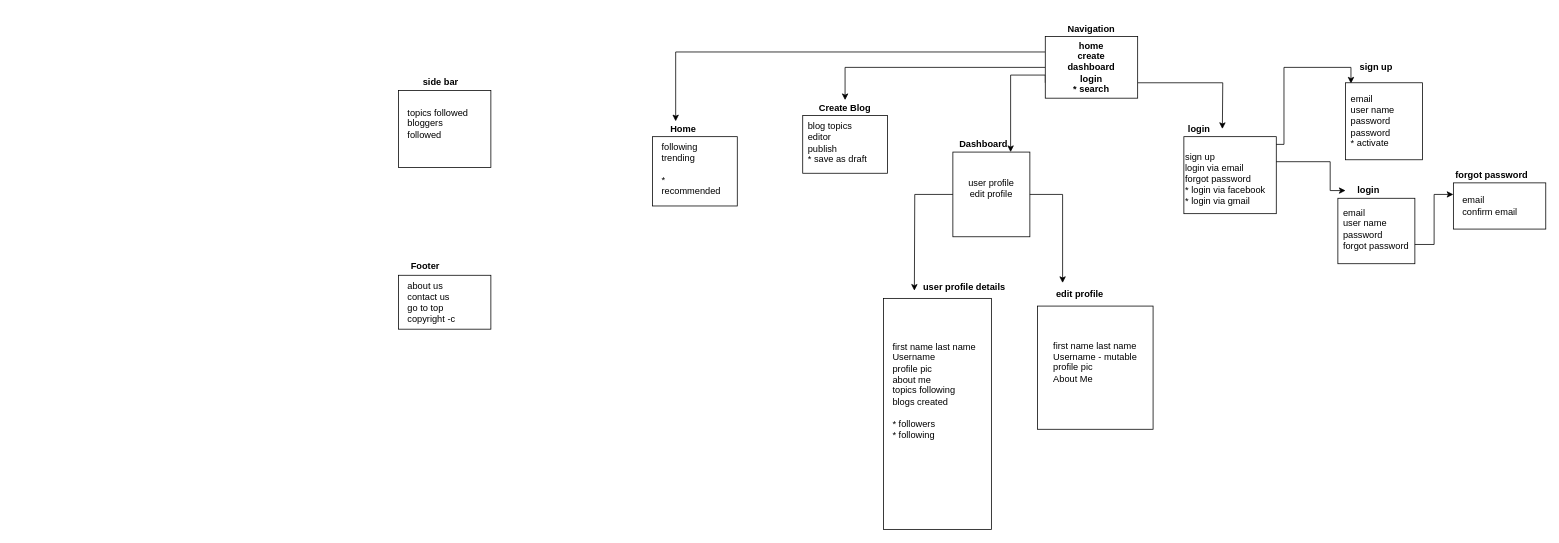
Before: doc/first_Diagram.drawio in NikhilistRaj/blog-web-app, a draw.io diagram. Source tidied: cells renumbered, new cells numbered last; positions are measured from the earlier drawing's top-left corner, leaving out a move shared by most shapes. Both pictures are drawn from the tidied source at 77%, with x=0, y=0 at pixel (398, 21).
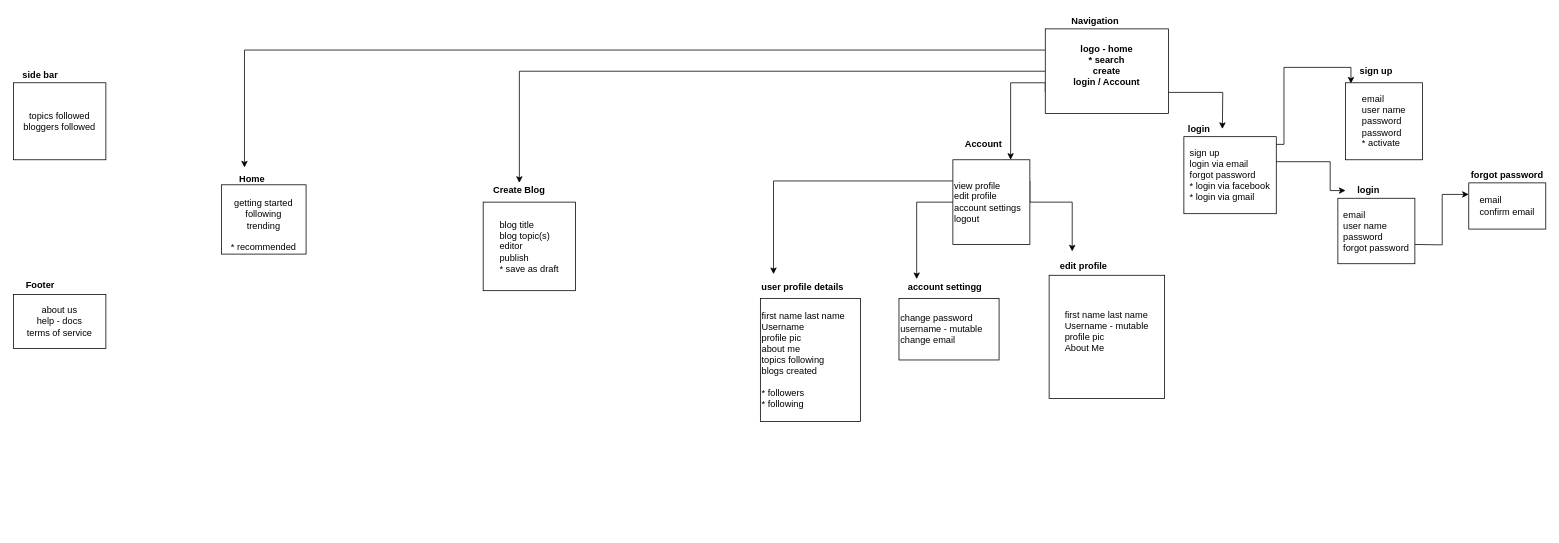
After the change.

The change refers to these unchanged cells:
```xml
<mxCell id="31" value="&lt;b&gt;login&lt;/b&gt;" style="text;html=1;strokeColor=none;fillColor=none;align=center;verticalAlign=middle;whiteSpace=wrap;rounded=0;" parent="1" vertex="1">
  <mxGeometry x="1230" y="210" width="60" height="20" as="geometry" />
</mxCell>
```

The edit, as a diff of the source:
```diff
@@
     <mxCell id="3" style="edgeStyle=orthogonalEdgeStyle;rounded=0;jettySize=auto;html=1;exitX=0;exitY=0.75;exitDx=0;exitDy=0;entryX=0.75;entryY=0;entryDx=0;entryDy=0;" parent="1" edge="1" source="6" target="13">
       <mxGeometry relative="1" as="geometry">
         <Array as="points">
-          <mxPoint x="840" y="70" />
-          <mxPoint x="795" y="70" />
+          <mxPoint x="840" y="80" />
+          <mxPoint x="795" y="80" />
         </Array>
       </mxGeometry>
     </mxCell>
-    <mxCell id="4" style="edgeStyle=orthogonalEdgeStyle;rounded=0;jettySize=auto;html=1;entryX=0.25;entryY=0;entryDx=0;entryDy=0;" parent="1" edge="1" source="6" target="27">
-      <mxGeometry relative="1" as="geometry">
-        <Array as="points">
-          <mxPoint x="360" y="40" />
-        </Array>
-      </mxGeometry>
-    </mxCell>
@@
+    <mxCell id="45" style="edgeStyle=orthogonalEdgeStyle;rounded=0;jettySize=auto;html=1;exitX=0;exitY=0.25;exitDx=0;exitDy=0;" parent="1" edge="1" source="6">
+      <mxGeometry relative="1" as="geometry">
+        <mxPoint x="-200" y="190" as="targetPoint" />
+        <Array as="points">
+          <mxPoint x="-200" y="38" />
+        </Array>
+      </mxGeometry>
+    </mxCell>
-    <mxCell id="6" value="&lt;div&gt;&lt;b&gt;home&lt;/b&gt;&lt;/div&gt;&lt;div&gt;&lt;b&gt;create&lt;/b&gt;&lt;/div&gt;&lt;div&gt;&lt;b&gt;dashboard&lt;/b&gt;&lt;/div&gt;&lt;div&gt;&lt;b&gt;login&lt;/b&gt;&lt;/div&gt;&lt;div&gt;&lt;b&gt;* search&lt;/b&gt;&lt;/div&gt;" style="rounded=0;whiteSpace=wrap;html=1;" parent="1" vertex="1">
-      <mxGeometry x="840" y="20" width="120" height="80" as="geometry" />
+    <mxCell id="6" value="&lt;div&gt;&lt;div&gt;&lt;b&gt;logo - home&lt;br&gt;&lt;/b&gt;&lt;/div&gt;&lt;div&gt;&lt;b&gt;* search&lt;/b&gt;&lt;/div&gt;&lt;/div&gt;&lt;div&gt;&lt;b&gt;create&lt;/b&gt;&lt;/div&gt;&lt;div&gt;&lt;b&gt;login / Account&lt;br&gt;&lt;/b&gt;&lt;/div&gt;&lt;div&gt;&lt;br&gt;&lt;/div&gt;" style="rounded=0;whiteSpace=wrap;html=1;" parent="1" vertex="1">
+      <mxGeometry x="840" y="10" width="160" height="110" as="geometry" />
     </mxCell>
-    <mxCell id="7" style="rounded=0;whiteSpace=wrap;html=1;" parent="1" vertex="1">
+    <mxCell id="7" value="&lt;div align=&quot;left&quot;&gt;sign up&lt;br&gt;&lt;/div&gt;&lt;div align=&quot;left&quot;&gt;login via email&lt;/div&gt;&lt;div align=&quot;left&quot;&gt;forgot password&lt;br&gt;&lt;/div&gt;&lt;div align=&quot;left&quot;&gt;* login via facebook&lt;/div&gt;&lt;div align=&quot;left&quot;&gt;* login via gmail&lt;br&gt;&lt;/div&gt;" style="rounded=0;whiteSpace=wrap;html=1;" parent="1" vertex="1">
       <mxGeometry x="1020" y="150" width="120" height="100" as="geometry" />
     </mxCell>
@@
     <mxCell id="9" value="&lt;b&gt;Navigation&lt;/b&gt;" style="text;html=1;strokeColor=none;fillColor=none;align=center;verticalAlign=middle;whiteSpace=wrap;rounded=0;" parent="1" vertex="1">
-      <mxGeometry x="880" width="40" height="20" as="geometry" />
+      <mxGeometry x="870" y="-10" width="70" height="20" as="geometry" />
     </mxCell>
-    <mxCell id="10" style="edgeStyle=orthogonalEdgeStyle;rounded=0;jettySize=auto;html=1;exitX=1;exitY=0;exitDx=0;exitDy=0;entryX=0.07;entryY=0.01;entryDx=0;entryDy=0;entryPerimeter=0;" parent="1" edge="1" source="12" target="29">
+    <mxCell id="10" style="edgeStyle=orthogonalEdgeStyle;rounded=0;jettySize=auto;html=1;exitX=1;exitY=0;exitDx=0;exitDy=0;entryX=0.07;entryY=0.01;entryDx=0;entryDy=0;entryPerimeter=0;" parent="1" edge="1" target="29">
       <mxGeometry relative="1" as="geometry">
+        <mxPoint x="1140" y="160" as="sourcePoint" />
         <Array as="points">
           <mxPoint x="1150" y="160" />
           <mxPoint x="1150" y="60" />
           <mxPoint x="1237" y="60" />
         </Array>
       </mxGeometry>
     </mxCell>
-    <mxCell id="11" style="edgeStyle=orthogonalEdgeStyle;rounded=0;jettySize=auto;html=1;exitX=1;exitY=0.25;exitDx=0;exitDy=0;" parent="1" edge="1" source="12" target="31">
+    <mxCell id="11" style="edgeStyle=orthogonalEdgeStyle;rounded=0;jettySize=auto;html=1;exitX=1;exitY=0.25;exitDx=0;exitDy=0;" parent="1" edge="1" target="31">
       <mxGeometry relative="1" as="geometry">
+        <mxPoint x="1140" y="182.5" as="sourcePoint" />
         <Array as="points">
           <mxPoint x="1210" y="183" />
           <mxPoint x="1210" y="220" />
         </Array>
       </mxGeometry>
     </mxCell>
-    <mxCell id="12" value="&lt;div align=&quot;left&quot;&gt;sign up&lt;br&gt;&lt;/div&gt;&lt;div align=&quot;left&quot;&gt;login via email&lt;/div&gt;&lt;div align=&quot;left&quot;&gt;forgot password&lt;br&gt;&lt;/div&gt;&lt;div align=&quot;left&quot;&gt;* login via facebook&lt;/div&gt;&lt;div align=&quot;left&quot;&gt;* login via gmail&lt;br&gt;&lt;/div&gt;" style="text;html=1;strokeColor=none;fillColor=none;align=left;verticalAlign=middle;whiteSpace=wrap;rounded=0;" parent="1" vertex="1">
-      <mxGeometry x="1020" y="160" width="120" height="90" as="geometry" />
-    </mxCell>
+    <mxCell id="46" style="edgeStyle=orthogonalEdgeStyle;rounded=0;jettySize=auto;html=1;exitX=0;exitY=0.25;exitDx=0;exitDy=0;entryX=0.155;entryY=-0.05;entryDx=0;entryDy=0;entryPerimeter=0;" parent="1" edge="1" source="13" target="18">
+      <mxGeometry relative="1" as="geometry" />
+    </mxCell>
+    <mxCell id="47" style="edgeStyle=orthogonalEdgeStyle;rounded=0;jettySize=auto;html=1;exitX=1;exitY=0.25;exitDx=0;exitDy=0;entryX=0.333;entryY=-0.117;entryDx=0;entryDy=0;entryPerimeter=0;" parent="1" edge="1" source="13" target="22">
+      <mxGeometry relative="1" as="geometry">
+        <Array as="points">
+          <mxPoint x="820" y="235" />
+          <mxPoint x="875" y="235" />
+        </Array>
+      </mxGeometry>
+    </mxCell>
+    <mxCell id="48" style="edgeStyle=orthogonalEdgeStyle;rounded=0;jettySize=auto;html=1;exitX=0;exitY=0.5;exitDx=0;exitDy=0;entryX=0.13;entryY=-0.167;entryDx=0;entryDy=0;entryPerimeter=0;" parent="1" edge="1" source="13" target="50">
+      <mxGeometry relative="1" as="geometry" />
+    </mxCell>
-    <mxCell id="13" style="rounded=0;whiteSpace=wrap;html=1;" parent="1" vertex="1">
-      <mxGeometry x="720" y="170" width="100" height="110" as="geometry" />
+    <mxCell id="13" value="&lt;div&gt;view profile&lt;/div&gt;&lt;div&gt;edit profile&lt;/div&gt;&lt;div&gt;account settings&lt;/div&gt;&lt;div&gt;logout&lt;br&gt;&lt;/div&gt;" style="rounded=0;whiteSpace=wrap;html=1;align=left;" parent="1" vertex="1">
+      <mxGeometry x="720" y="180" width="100" height="110" as="geometry" />
     </mxCell>
-    <mxCell id="14" value="&lt;b&gt;Dashboard&lt;/b&gt;" style="text;html=1;strokeColor=none;fillColor=none;align=center;verticalAlign=middle;whiteSpace=wrap;rounded=0;" parent="1" vertex="1">
+    <mxCell id="14" value="&lt;b&gt;Account&lt;/b&gt;" style="text;html=1;strokeColor=none;fillColor=none;align=center;verticalAlign=middle;whiteSpace=wrap;rounded=0;" parent="1" vertex="1">
       <mxGeometry x="740" y="150" width="40" height="20" as="geometry" />
     </mxCell>
-    <mxCell id="15" style="edgeStyle=orthogonalEdgeStyle;rounded=0;jettySize=auto;html=1;exitX=0;exitY=0.5;exitDx=0;exitDy=0;" parent="1" edge="1" source="17">
-      <mxGeometry relative="1" as="geometry">
-        <mxPoint x="670" y="350" as="targetPoint" />
-      </mxGeometry>
-    </mxCell>
-    <mxCell id="16" style="edgeStyle=orthogonalEdgeStyle;rounded=0;jettySize=auto;html=1;exitX=1;exitY=0.5;exitDx=0;exitDy=0;entryX=0.25;entryY=0;entryDx=0;entryDy=0;" parent="1" edge="1" source="17" target="22">
-      <mxGeometry relative="1" as="geometry" />
-    </mxCell>
-    <mxCell id="17" value="&lt;div&gt;user profile&lt;/div&gt;&lt;div&gt;edit profile&lt;/div&gt;&lt;div&gt;&lt;br&gt;&lt;/div&gt;" style="text;html=1;strokeColor=none;fillColor=none;align=center;verticalAlign=middle;whiteSpace=wrap;rounded=0;" parent="1" vertex="1">
-      <mxGeometry x="720" y="180" width="100" height="90" as="geometry" />
-    </mxCell>
     <mxCell id="18" value="&lt;b&gt;user profile details&lt;/b&gt;" style="text;html=1;strokeColor=none;fillColor=none;align=center;verticalAlign=middle;whiteSpace=wrap;rounded=0;" parent="1" vertex="1">
-      <mxGeometry x="680" y="330" width="110" height="30" as="geometry" />
+      <mxGeometry x="470" y="330" width="110" height="30" as="geometry" />
     </mxCell>
     <mxCell id="19" value="&lt;div align=&quot;left&quot;&gt;first name last name&lt;br&gt;&lt;/div&gt;&lt;div align=&quot;left&quot;&gt;Username - mutable&lt;br&gt;&lt;/div&gt;&lt;div align=&quot;left&quot;&gt;profile pic&lt;/div&gt;&lt;div align=&quot;left&quot;&gt;About Me&lt;br&gt;&lt;/div&gt;&lt;div align=&quot;left&quot;&gt;&lt;br&gt;&lt;/div&gt;" style="rounded=0;whiteSpace=wrap;html=1;align=center;" parent="1" vertex="1">
-      <mxGeometry x="830" y="370" width="150" height="160" as="geometry" />
+      <mxGeometry x="845" y="330" width="150" height="160" as="geometry" />
     </mxCell>
-    <mxCell id="20" style="rounded=0;whiteSpace=wrap;html=1;align=center;" parent="1" vertex="1">
-      <mxGeometry x="630" y="360" width="140" height="300" as="geometry" />
+    <mxCell id="20" value="&lt;div align=&quot;left&quot;&gt;first name last name&lt;br&gt;&lt;/div&gt;&lt;div align=&quot;left&quot;&gt;Username&lt;br&gt;&lt;/div&gt;&lt;div align=&quot;left&quot;&gt;profile pic&lt;/div&gt;&lt;div align=&quot;left&quot;&gt;about me&lt;br&gt;&lt;/div&gt;&lt;div align=&quot;left&quot;&gt;topics following&lt;br&gt;&lt;/div&gt;&lt;div align=&quot;left&quot;&gt;blogs created&lt;/div&gt;&lt;div align=&quot;left&quot;&gt;&lt;br&gt;&lt;/div&gt;&lt;div align=&quot;left&quot;&gt;* followers&lt;/div&gt;&lt;div align=&quot;left&quot;&gt;* following&lt;br&gt;&lt;/div&gt;" style="rounded=0;whiteSpace=wrap;html=1;align=left;" parent="1" vertex="1">
+      <mxGeometry x="470" y="360" width="130" height="160" as="geometry" />
     </mxCell>
-    <mxCell id="21" value="&lt;div align=&quot;left&quot;&gt;first name last name&lt;br&gt;&lt;/div&gt;&lt;div align=&quot;left&quot;&gt;Username&lt;br&gt;&lt;/div&gt;&lt;div align=&quot;left&quot;&gt;profile pic&lt;/div&gt;&lt;div align=&quot;left&quot;&gt;about me&lt;br&gt;&lt;/div&gt;&lt;div align=&quot;left&quot;&gt;topics following&lt;br&gt;&lt;/div&gt;&lt;div align=&quot;left&quot;&gt;blogs created&lt;/div&gt;&lt;div align=&quot;left&quot;&gt;&lt;br&gt;&lt;/div&gt;&lt;div align=&quot;left&quot;&gt;* followers&lt;/div&gt;&lt;div align=&quot;left&quot;&gt;* following&lt;br&gt;&lt;/div&gt;" style="text;html=1;strokeColor=none;fillColor=none;align=left;verticalAlign=middle;whiteSpace=wrap;rounded=0;" parent="1" vertex="1">
-      <mxGeometry x="640" y="370" width="130" height="220" as="geometry" />
-    </mxCell>
     <mxCell id="22" value="&lt;b&gt;edit profile&lt;br&gt;&lt;/b&gt;" style="text;html=1;strokeColor=none;fillColor=none;align=center;verticalAlign=middle;whiteSpace=wrap;rounded=0;" parent="1" vertex="1">
-      <mxGeometry x="840" y="340" width="90" height="30" as="geometry" />
+      <mxGeometry x="845" y="302.5" width="90" height="30" as="geometry" />
     </mxCell>
     <mxCell id="23" value="&lt;b&gt;Create Blog&lt;br&gt;&lt;/b&gt;" style="text;html=1;strokeColor=none;fillColor=none;align=center;verticalAlign=middle;whiteSpace=wrap;rounded=0;" parent="1" vertex="1">
-      <mxGeometry x="540" y="102.5" width="80" height="20" as="geometry" />
+      <mxGeometry x="117" y="210" width="80" height="20" as="geometry" />
     </mxCell>
-    <mxCell id="24" style="rounded=0;whiteSpace=wrap;html=1;align=center;" parent="1" vertex="1">
-      <mxGeometry x="525" y="122.5" width="110" height="75" as="geometry" />
+    <mxCell id="24" value="&lt;div align=&quot;left&quot;&gt;blog title&lt;/div&gt;&lt;div align=&quot;left&quot;&gt;blog topic(s)&lt;/div&gt;&lt;div align=&quot;left&quot;&gt;editor&lt;/div&gt;&lt;div align=&quot;left&quot;&gt;publish&lt;br&gt;&lt;/div&gt;&lt;div align=&quot;left&quot;&gt;* save as draft&lt;br&gt;&lt;/div&gt;" style="rounded=0;whiteSpace=wrap;html=1;align=center;" parent="1" vertex="1">
+      <mxGeometry x="110" y="235" width="120" height="115" as="geometry" />
     </mxCell>
-    <mxCell id="25" value="&lt;div align=&quot;left&quot;&gt;blog topics&lt;/div&gt;&lt;div align=&quot;left&quot;&gt;editor&lt;/div&gt;&lt;div align=&quot;left&quot;&gt;publish&lt;br&gt;&lt;/div&gt;&lt;div align=&quot;left&quot;&gt;* save as draft&lt;br&gt;&lt;/div&gt;" style="text;html=1;strokeColor=none;fillColor=none;align=left;verticalAlign=middle;whiteSpace=wrap;rounded=0;" parent="1" vertex="1">
-      <mxGeometry x="530" y="122.5" width="90" height="70" as="geometry" />
-    </mxCell>
-    <mxCell id="26" style="rounded=0;whiteSpace=wrap;html=1;align=center;" parent="1" vertex="1">
-      <mxGeometry x="330" y="150" width="110" height="90" as="geometry" />
+    <mxCell id="26" value="&lt;div&gt;&lt;br&gt;&lt;/div&gt;&lt;div&gt;getting started&lt;br&gt;&lt;/div&gt;&lt;div&gt;following&lt;/div&gt;&lt;div&gt;trending&lt;br&gt;&lt;/div&gt;&lt;div&gt;&lt;br&gt;&lt;/div&gt;&lt;div&gt;* recommended&lt;br&gt;&lt;/div&gt;" style="rounded=0;whiteSpace=wrap;html=1;align=center;" parent="1" vertex="1">
+      <mxGeometry x="-230" y="212.5" width="110" height="90" as="geometry" />
     </mxCell>
     <mxCell id="27" value="&lt;b&gt;Home&lt;/b&gt;" style="text;html=1;strokeColor=none;fillColor=none;align=center;verticalAlign=middle;whiteSpace=wrap;rounded=0;" parent="1" vertex="1">
-      <mxGeometry x="350" y="130" width="40" height="20" as="geometry" />
+      <mxGeometry x="-210" y="195" width="40" height="20" as="geometry" />
     </mxCell>
     <mxCell id="28" value="&lt;b&gt;sign up&lt;/b&gt;" style="text;html=1;strokeColor=none;fillColor=none;align=center;verticalAlign=middle;whiteSpace=wrap;rounded=0;" parent="1" vertex="1">
-      <mxGeometry x="1240" y="50" width="60" height="20" as="geometry" />
+      <mxGeometry x="1240" y="55" width="60" height="20" as="geometry" />
     </mxCell>
-    <mxCell id="29" style="rounded=0;whiteSpace=wrap;html=1;" parent="1" vertex="1">
+    <mxCell id="29" value="&lt;div align=&quot;left&quot;&gt;email&lt;/div&gt;&lt;div align=&quot;left&quot;&gt;user name&lt;/div&gt;&lt;div align=&quot;left&quot;&gt;password&lt;/div&gt;&lt;div align=&quot;left&quot;&gt;password&lt;/div&gt;&lt;div align=&quot;left&quot;&gt;* activate&lt;br&gt;&lt;/div&gt;" style="rounded=0;whiteSpace=wrap;html=1;" parent="1" vertex="1">
       <mxGeometry x="1230" y="80" width="100" height="100" as="geometry" />
     </mxCell>
-    <mxCell id="30" value="&lt;div align=&quot;left&quot;&gt;email&lt;/div&gt;&lt;div align=&quot;left&quot;&gt;user name&lt;/div&gt;&lt;div align=&quot;left&quot;&gt;password&lt;/div&gt;&lt;div align=&quot;left&quot;&gt;password&lt;/div&gt;&lt;div align=&quot;left&quot;&gt;* activate&lt;br&gt;&lt;/div&gt;" style="text;html=1;strokeColor=none;fillColor=none;align=left;verticalAlign=middle;whiteSpace=wrap;rounded=0;" parent="1" vertex="1">
-      <mxGeometry x="1235" y="90" width="90" height="80" as="geometry" />
-    </mxCell>
@@
-    <mxCell id="32" style="rounded=0;whiteSpace=wrap;html=1;" parent="1" vertex="1">
+    <mxCell id="32" value="&lt;div align=&quot;left&quot;&gt;email&lt;/div&gt;&lt;div align=&quot;left&quot;&gt;user name&lt;/div&gt;&lt;div align=&quot;left&quot;&gt;password&lt;/div&gt;&lt;div align=&quot;left&quot;&gt;forgot password&lt;br&gt;&lt;/div&gt;" style="rounded=0;whiteSpace=wrap;html=1;" parent="1" vertex="1">
       <mxGeometry x="1220" y="230" width="100" height="85" as="geometry" />
     </mxCell>
-    <mxCell id="33" style="edgeStyle=orthogonalEdgeStyle;rounded=0;jettySize=auto;html=1;exitX=1;exitY=0.75;exitDx=0;exitDy=0;entryX=0;entryY=0.25;entryDx=0;entryDy=0;" parent="1" edge="1" source="34" target="35">
-      <mxGeometry relative="1" as="geometry" />
+    <mxCell id="33" style="edgeStyle=orthogonalEdgeStyle;rounded=0;jettySize=auto;html=1;exitX=1;exitY=0.75;exitDx=0;exitDy=0;entryX=0;entryY=0.25;entryDx=0;entryDy=0;" parent="1" edge="1" target="35">
+      <mxGeometry relative="1" as="geometry">
+        <mxPoint x="1320" y="290" as="sourcePoint" />
+      </mxGeometry>
     </mxCell>
-    <mxCell id="34" value="&lt;div align=&quot;left&quot;&gt;email&lt;/div&gt;&lt;div align=&quot;left&quot;&gt;user name&lt;/div&gt;&lt;div align=&quot;left&quot;&gt;password&lt;/div&gt;&lt;div align=&quot;left&quot;&gt;forgot password&lt;br&gt;&lt;/div&gt;" style="text;html=1;strokeColor=none;fillColor=none;align=left;verticalAlign=middle;whiteSpace=wrap;rounded=0;" parent="1" vertex="1">
-      <mxGeometry x="1225" y="230" width="95" height="80" as="geometry" />
-    </mxCell>
-    <mxCell id="35" style="rounded=0;whiteSpace=wrap;html=1;" parent="1" vertex="1">
-      <mxGeometry x="1370" y="210" width="120" height="60" as="geometry" />
+    <mxCell id="35" value="&lt;div align=&quot;left&quot;&gt;email&lt;/div&gt;&lt;div align=&quot;left&quot;&gt;confirm email&lt;br&gt;&lt;/div&gt;" style="rounded=0;whiteSpace=wrap;html=1;" parent="1" vertex="1">
+      <mxGeometry x="1390" y="210" width="100" height="60" as="geometry" />
     </mxCell>
-    <mxCell id="36" value="&lt;div align=&quot;left&quot;&gt;email&lt;/div&gt;&lt;div align=&quot;left&quot;&gt;confirm email&lt;br&gt;&lt;/div&gt;" style="text;html=1;strokeColor=none;fillColor=none;align=left;verticalAlign=middle;whiteSpace=wrap;rounded=0;" parent="1" vertex="1">
-      <mxGeometry x="1380" y="210" width="100" height="60" as="geometry" />
-    </mxCell>
     <mxCell id="37" value="&lt;b&gt;forgot password&lt;/b&gt;" style="text;html=1;strokeColor=none;fillColor=none;align=center;verticalAlign=middle;whiteSpace=wrap;rounded=0;" parent="1" vertex="1">
-      <mxGeometry x="1370" y="190" width="100" height="20" as="geometry" />
+      <mxGeometry x="1390" y="190" width="100" height="20" as="geometry" />
     </mxCell>
-    <mxCell id="38" value="&lt;div&gt;&lt;br&gt;&lt;/div&gt;&lt;div&gt;following&lt;/div&gt;&lt;div&gt;trending&lt;br&gt;&lt;/div&gt;&lt;div&gt;&lt;br&gt;&lt;/div&gt;&lt;div&gt;* recommended&lt;br&gt;&lt;/div&gt;" style="text;html=1;strokeColor=none;fillColor=none;align=left;verticalAlign=middle;whiteSpace=wrap;rounded=0;" parent="1" vertex="1">
-      <mxGeometry x="340" y="160" width="80" height="50" as="geometry" />
-    </mxCell>
-    <mxCell id="39" style="rounded=0;whiteSpace=wrap;html=1;" parent="1" vertex="1">
-      <mxGeometry y="90" width="120" height="100" as="geometry" />
+    <mxCell id="39" value="&lt;div&gt;topics followed&lt;/div&gt;&lt;div&gt;bloggers followed&lt;br&gt;&lt;/div&gt;" style="rounded=0;whiteSpace=wrap;html=1;" parent="1" vertex="1">
+      <mxGeometry x="-500" y="80" width="120" height="100" as="geometry" />
     </mxCell>
-    <mxCell id="40" value="&lt;div&gt;topics followed&lt;/div&gt;&lt;div&gt;bloggers followed&lt;br&gt;&lt;/div&gt;" style="text;html=1;strokeColor=none;fillColor=none;align=left;verticalAlign=middle;whiteSpace=wrap;rounded=0;" parent="1" vertex="1">
-      <mxGeometry x="10" y="95" width="90" height="75" as="geometry" />
-    </mxCell>
     <mxCell id="41" value="&lt;b&gt;side bar&lt;/b&gt;" style="text;html=1;strokeColor=none;fillColor=none;align=center;verticalAlign=middle;whiteSpace=wrap;rounded=0;" parent="1" vertex="1">
-      <mxGeometry x="20" y="70" width="70" height="20" as="geometry" />
+      <mxGeometry x="-500" y="60" width="70" height="20" as="geometry" />
     </mxCell>
-    <mxCell id="42" style="rounded=0;whiteSpace=wrap;html=1;" parent="1" vertex="1">
-      <mxGeometry y="330" width="120" height="70" as="geometry" />
+    <mxCell id="42" value="&lt;div&gt;about us&lt;/div&gt;&lt;div&gt;help - docs&lt;br&gt;&lt;/div&gt;&lt;div&gt;terms of service&lt;br&gt;&lt;/div&gt;" style="rounded=0;whiteSpace=wrap;html=1;" parent="1" vertex="1">
+      <mxGeometry x="-500" y="355" width="120" height="70" as="geometry" />
     </mxCell>
-    <mxCell id="43" value="&lt;div&gt;about us&lt;/div&gt;&lt;div&gt;contact us&lt;/div&gt;&lt;div&gt;go to top&lt;/div&gt;&lt;div&gt;copyright -c&lt;br&gt;&lt;/div&gt;" style="text;html=1;strokeColor=none;fillColor=none;align=left;verticalAlign=middle;whiteSpace=wrap;rounded=0;" parent="1" vertex="1">
-      <mxGeometry x="10" y="327.5" width="90" height="75" as="geometry" />
-    </mxCell>
     <mxCell id="44" value="&lt;b&gt;Footer&lt;/b&gt;" style="text;html=1;strokeColor=none;fillColor=none;align=center;verticalAlign=middle;whiteSpace=wrap;rounded=0;" parent="1" vertex="1">
-      <mxGeometry y="307.5" width="70" height="20" as="geometry" />
+      <mxGeometry x="-500" y="332.5" width="70" height="20" as="geometry" />
     </mxCell>
+    <mxCell id="49" value="&lt;div&gt;change password&lt;/div&gt;&lt;div&gt;username - mutable&lt;/div&gt;&lt;div&gt;change email&lt;br&gt;&lt;/div&gt;" style="rounded=0;whiteSpace=wrap;html=1;align=left;" parent="1" vertex="1">
+      <mxGeometry x="650" y="360" width="130" height="80" as="geometry" />
+    </mxCell>
+    <mxCell id="50" value="&lt;b&gt;account settingg&lt;/b&gt;" style="text;html=1;strokeColor=none;fillColor=none;align=center;verticalAlign=middle;whiteSpace=wrap;rounded=0;" parent="1" vertex="1">
+      <mxGeometry x="660" y="337.5" width="100" height="15" as="geometry" />
+    </mxCell>
```
